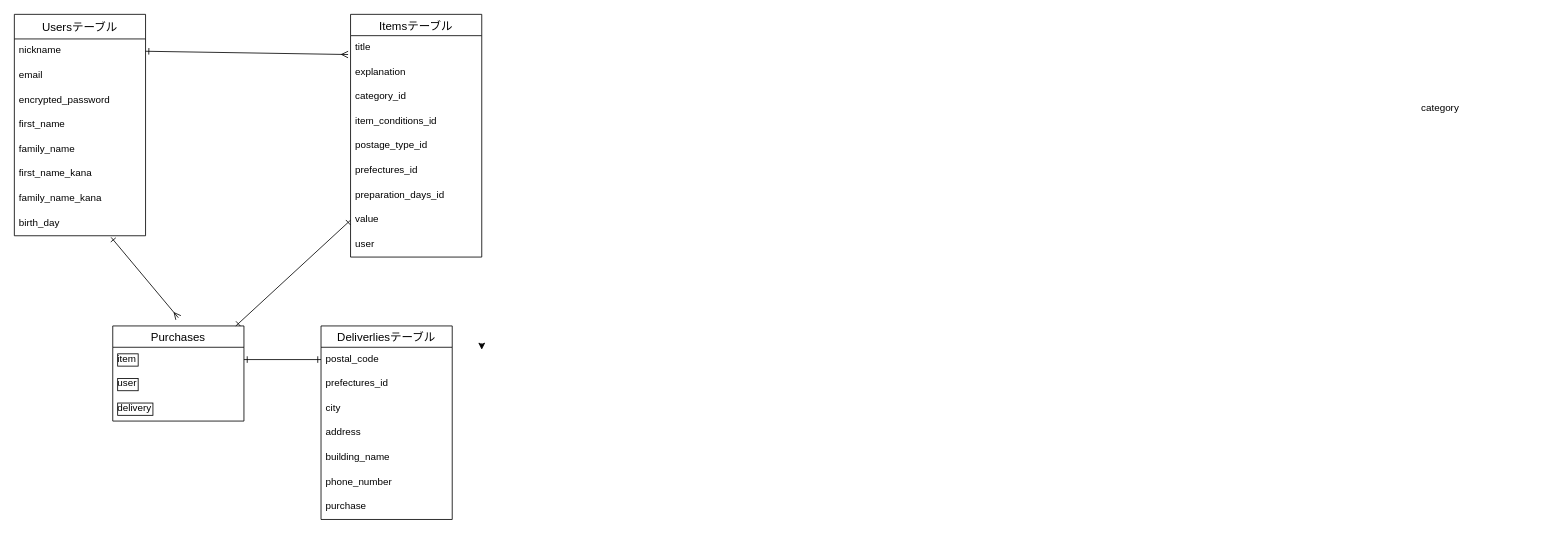
Earlier version of the draw.io diagram furima.dio (kazu-oku1/furima-37537). Source tidied: cells renumbered, new cells numbered last; positions are measured from the earlier drawing's top-left corner, leaving out a move shared by most shapes. Both pictures are drawn from the tidied source at 82%, with x=0, y=0 at pixel (14, 14).
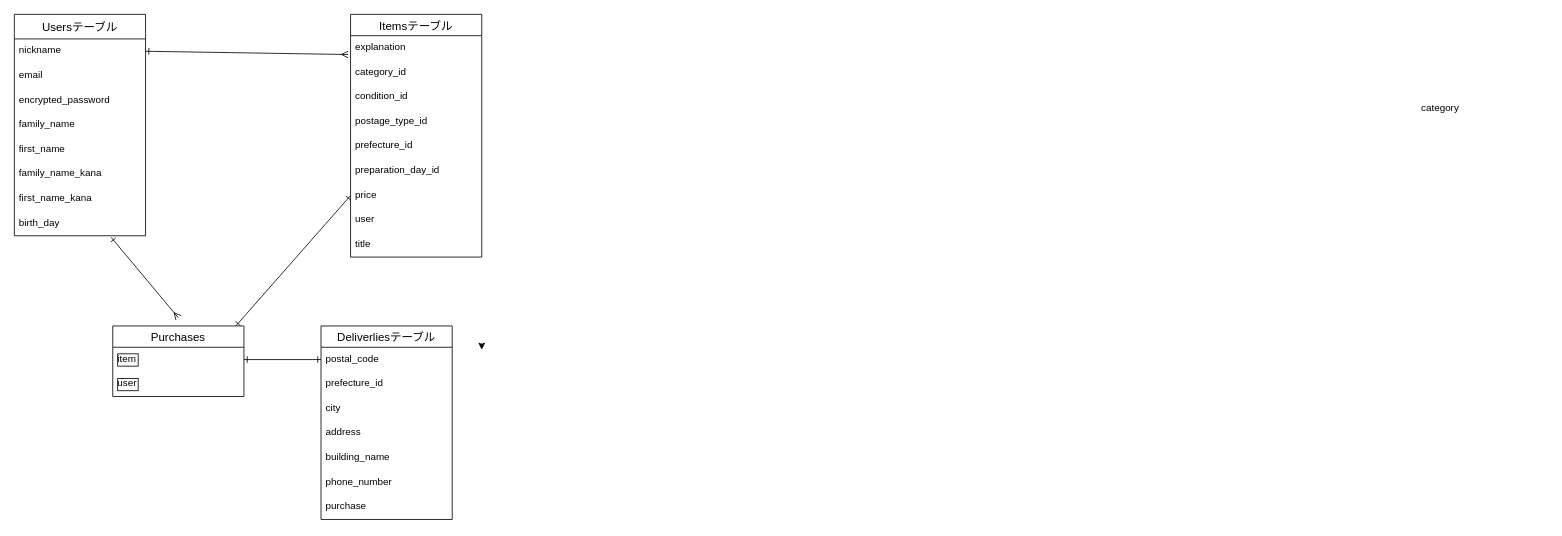
The same diagram, later.

Unchanged cells that the change refers to:
```xml
<mxCell id="2" value="Usersテーブル" style="swimlane;fontStyle=0;horizontal=1;startSize=30;align=center;fontSize=14;" parent="1" vertex="1">
  <mxGeometry width="160" height="270" as="geometry" />
</mxCell>
<mxCell id="15" value="Itemsテーブル" style="swimlane;fontStyle=0;horizontal=1;startSize=26;align=center;fontSize=14;" parent="1" vertex="1">
  <mxGeometry x="410" width="160" height="296" as="geometry" />
</mxCell>
<mxCell id="26" value="Deliverliesテーブル" style="swimlane;fontStyle=0;horizontal=1;startSize=26;align=center;fontSize=14;" parent="1" vertex="1">
  <mxGeometry x="374" y="380" width="160" height="236" as="geometry" />
</mxCell>
```

Change to the diagram source:
```diff
@@
-    <mxCell id="6" value="first_name" style="text;strokeColor=none;fillColor=none;spacingLeft=4;spacingRight=4;overflow=hidden;fontSize=12;sketch=1;" parent="2" vertex="1">
+    <mxCell id="6" value="family_name" style="text;strokeColor=none;fillColor=none;spacingLeft=4;spacingRight=4;overflow=hidden;fontSize=12;sketch=1;" parent="2" vertex="1">
       <mxGeometry y="120" width="160" height="30" as="geometry" />
     </mxCell>
+    <mxCell id="39" value="first_name" style="text;strokeColor=none;fillColor=none;spacingLeft=4;spacingRight=4;overflow=hidden;fontSize=12;sketch=1;" parent="2" vertex="1">
+      <mxGeometry y="150" width="160" height="30" as="geometry" />
+    </mxCell>
-    <mxCell id="7" value="family_name" style="text;strokeColor=none;fillColor=none;spacingLeft=4;spacingRight=4;overflow=hidden;fontSize=12;sketch=1;" parent="2" vertex="1">
-      <mxGeometry y="150" width="160" height="30" as="geometry" />
+    <mxCell id="7" value="family_name_kana" style="text;strokeColor=none;fillColor=none;spacingLeft=4;spacingRight=4;overflow=hidden;fontSize=12;sketch=1;" parent="2" vertex="1">
+      <mxGeometry y="180" width="160" height="30" as="geometry" />
     </mxCell>
     <mxCell id="8" value="first_name_kana" style="text;strokeColor=none;fillColor=none;spacingLeft=4;spacingRight=4;overflow=hidden;fontSize=12;sketch=1;" parent="2" vertex="1">
-      <mxGeometry y="180" width="160" height="30" as="geometry" />
+      <mxGeometry y="210" width="160" height="30" as="geometry" />
     </mxCell>
-    <mxCell id="9" value="family_name_kana" style="text;strokeColor=none;fillColor=none;spacingLeft=4;spacingRight=4;overflow=hidden;fontSize=12;sketch=1;" parent="2" vertex="1">
-      <mxGeometry y="210" width="160" height="30" as="geometry" />
-    </mxCell>
@@
     <mxCell id="11" value="Purchases" style="swimlane;fontStyle=0;horizontal=1;startSize=26;align=center;fontSize=14;" parent="1" vertex="1">
-      <mxGeometry x="120" y="380" width="160" height="116" as="geometry" />
+      <mxGeometry x="120" y="380" width="160" height="86" as="geometry" />
     </mxCell>
@@
-    <mxCell id="13" value="user" style="text;strokeColor=none;fillColor=none;spacingLeft=4;spacingRight=4;overflow=hidden;fontSize=12;labelBorderColor=default;" parent="11" vertex="1">
+    <mxCell id="13" value="user" style="text;strokeColor=none;fillColor=none;spacingLeft=4;spacingRight=4;overflow=hidden;fontSize=12;labelBorderColor=default;shadow=0;" parent="11" vertex="1">
       <mxGeometry y="56" width="160" height="30" as="geometry" />
     </mxCell>
-    <mxCell id="14" value="delivery" style="text;strokeColor=none;fillColor=none;spacingLeft=4;spacingRight=4;overflow=hidden;fontSize=12;labelBorderColor=default;" parent="11" vertex="1">
-      <mxGeometry y="86" width="160" height="30" as="geometry" />
-    </mxCell>
@@
-    <mxCell id="16" value="title    &#10;" style="text;strokeColor=none;fillColor=none;spacingLeft=4;spacingRight=4;overflow=hidden;fontSize=12;" parent="15" vertex="1">
-      <mxGeometry y="26" width="160" height="30" as="geometry" />
-    </mxCell>
     <mxCell id="17" value="explanation" style="text;strokeColor=none;fillColor=none;spacingLeft=4;spacingRight=4;overflow=hidden;fontSize=12;" parent="15" vertex="1">
-      <mxGeometry y="56" width="160" height="30" as="geometry" />
+      <mxGeometry y="26" width="160" height="30" as="geometry" />
     </mxCell>
     <mxCell id="18" value="category_id" style="text;strokeColor=none;fillColor=none;spacingLeft=4;spacingRight=4;overflow=hidden;fontSize=12;" parent="15" vertex="1">
-      <mxGeometry y="86" width="160" height="30" as="geometry" />
+      <mxGeometry y="56" width="160" height="30" as="geometry" />
     </mxCell>
-    <mxCell id="19" value="item_conditions_id" style="text;strokeColor=none;fillColor=none;spacingLeft=4;spacingRight=4;overflow=hidden;fontSize=12;" parent="15" vertex="1">
-      <mxGeometry y="116" width="160" height="30" as="geometry" />
+    <mxCell id="19" value="condition_id" style="text;strokeColor=none;fillColor=none;spacingLeft=4;spacingRight=4;overflow=hidden;fontSize=12;" parent="15" vertex="1">
+      <mxGeometry y="86" width="160" height="30" as="geometry" />
     </mxCell>
     <mxCell id="20" value="postage_type_id" style="text;strokeColor=none;fillColor=none;spacingLeft=4;spacingRight=4;overflow=hidden;fontSize=12;" parent="15" vertex="1">
-      <mxGeometry y="146" width="160" height="30" as="geometry" />
+      <mxGeometry y="116" width="160" height="30" as="geometry" />
     </mxCell>
-    <mxCell id="21" value="prefectures_id" style="text;strokeColor=none;fillColor=none;spacingLeft=4;spacingRight=4;overflow=hidden;fontSize=12;" parent="15" vertex="1">
-      <mxGeometry y="176" width="160" height="30" as="geometry" />
+    <mxCell id="21" value="prefecture_id" style="text;strokeColor=none;fillColor=none;spacingLeft=4;spacingRight=4;overflow=hidden;fontSize=12;" parent="15" vertex="1">
+      <mxGeometry y="146" width="160" height="30" as="geometry" />
     </mxCell>
-    <mxCell id="22" value="preparation_days_id" style="text;strokeColor=none;fillColor=none;spacingLeft=4;spacingRight=4;overflow=hidden;fontSize=12;html=1;" parent="15" vertex="1">
-      <mxGeometry y="206" width="160" height="30" as="geometry" />
+    <mxCell id="22" value="preparation_day_id" style="text;strokeColor=none;fillColor=none;spacingLeft=4;spacingRight=4;overflow=hidden;fontSize=12;html=1;" parent="15" vertex="1">
+      <mxGeometry y="176" width="160" height="30" as="geometry" />
     </mxCell>
-    <mxCell id="23" value="value&#10;    " style="text;strokeColor=none;fillColor=none;spacingLeft=4;spacingRight=4;overflow=hidden;points=[[0,0.5],[1,0.5]];portConstraint=eastwest;fontSize=12;" parent="15" vertex="1">
-      <mxGeometry y="236" width="160" height="30" as="geometry" />
+    <mxCell id="23" value="price" style="text;strokeColor=none;fillColor=none;spacingLeft=4;spacingRight=4;overflow=hidden;points=[[0,0.5],[1,0.5]];portConstraint=eastwest;fontSize=12;" parent="15" vertex="1">
+      <mxGeometry y="206" width="160" height="30" as="geometry" />
     </mxCell>
     <mxCell id="24" value="user" style="text;strokeColor=none;fillColor=none;spacingLeft=4;spacingRight=4;overflow=hidden;fontSize=12;" parent="15" vertex="1">
-      <mxGeometry y="266" width="160" height="30" as="geometry" />
+      <mxGeometry y="236" width="160" height="30" as="geometry" />
     </mxCell>
@@
+    <mxCell id="16" value="title    &#10;" style="text;strokeColor=none;fillColor=none;spacingLeft=4;spacingRight=4;overflow=hidden;fontSize=12;" parent="15" vertex="1">
+      <mxGeometry y="266" width="160" height="30" as="geometry" />
+    </mxCell>
@@
-    <mxCell id="28" value="prefectures_id" style="text;strokeColor=none;fillColor=none;spacingLeft=4;spacingRight=4;overflow=hidden;fontSize=12;" parent="26" vertex="1">
+    <mxCell id="28" value="prefecture_id" style="text;strokeColor=none;fillColor=none;spacingLeft=4;spacingRight=4;overflow=hidden;fontSize=12;" parent="26" vertex="1">
       <mxGeometry y="56" width="160" height="30" as="geometry" />
     </mxCell>
```
